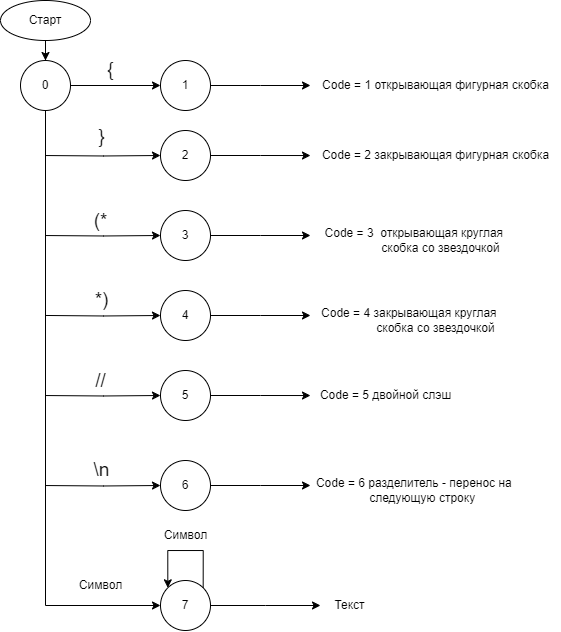
The draw.io diagram Readme/compile.png in Radramor/CompilerDemo, before a commit. Source tidied: cells renumbered, new cells last; positions are measured from the earlier drawing's top-left corner, leaving out a move shared by most shapes.
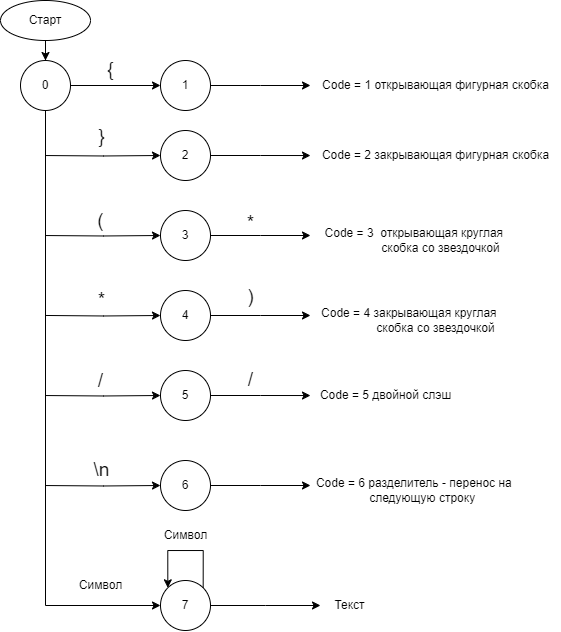
After the change.

What changed in the source:
```diff
@@ -39,7 +39,7 @@
         <mxPoint x="45" y="155" as="sourcePoint" />
       </mxGeometry>
     </mxCell>
-    <mxCell id="11" value="(*" style="edgeLabel;html=1;align=center;verticalAlign=middle;fontSize=19;" parent="10" vertex="1">
+    <mxCell id="11" value="(" style="edgeLabel;html=1;align=center;verticalAlign=middle;fontSize=19;" parent="10" vertex="1">
       <mxGeometry x="-0.12" y="-1" relative="1" as="geometry">
         <mxPoint x="4" y="64" as="offset" />
       </mxGeometry>
@@ -57,7 +57,7 @@
         <mxPoint x="45" y="235" as="sourcePoint" />
       </mxGeometry>
     </mxCell>
-    <mxCell id="15" value="//" style="edgeLabel;html=1;align=center;verticalAlign=middle;fontSize=19;" parent="14" vertex="1">
+    <mxCell id="15" value="/" style="edgeLabel;html=1;align=center;verticalAlign=middle;fontSize=19;" parent="14" vertex="1">
       <mxGeometry x="-0.12" y="-1" relative="1" as="geometry">
         <mxPoint x="4" y="144" as="offset" />
       </mxGeometry>
@@ -113,7 +113,7 @@
     <mxCell id="28" value="5" style="ellipse;whiteSpace=wrap;html=1;" parent="1" vertex="1">
       <mxGeometry x="160" y="370" width="50" height="50" as="geometry" />
     </mxCell>
-    <mxCell id="29" value="*)" style="edgeLabel;html=1;align=center;verticalAlign=middle;fontSize=19;" parent="1" vertex="1">
+    <mxCell id="29" value="*" style="edgeLabel;html=1;align=center;verticalAlign=middle;fontSize=19;" parent="1" vertex="1">
       <mxGeometry x="100" y="300" as="geometry">
         <mxPoint x="1" as="offset" />
       </mxGeometry>
@@ -167,5 +167,18 @@
     <mxCell id="41" value="Символ" style="text;html=1;align=center;verticalAlign=middle;strokeColor=none;fillColor=none;" parent="1" vertex="1">
       <mxGeometry x="150" y="520" width="70" height="30" as="geometry" />
     </mxCell>
+    <mxCell id="42" value="*" style="edgeLabel;html=1;align=center;verticalAlign=middle;fontSize=19;" parent="1" vertex="1">
+      <mxGeometry x="250" y="235" as="geometry">
+        <mxPoint y="-12" as="offset" />
+      </mxGeometry>
+    </mxCell>
+    <mxCell id="43" value=")" style="edgeLabel;html=1;align=center;verticalAlign=middle;fontSize=19;" parent="1" vertex="1">
+      <mxGeometry x="250" y="300" as="geometry">
+        <mxPoint y="-3" as="offset" />
+      </mxGeometry>
+    </mxCell>
+    <mxCell id="44" value="/" style="edgeLabel;html=1;align=center;verticalAlign=middle;fontSize=19;" parent="1" vertex="1">
+      <mxGeometry x="250" y="380" as="geometry" />
+    </mxCell>
   </root>
 </mxGraphModel>
```
